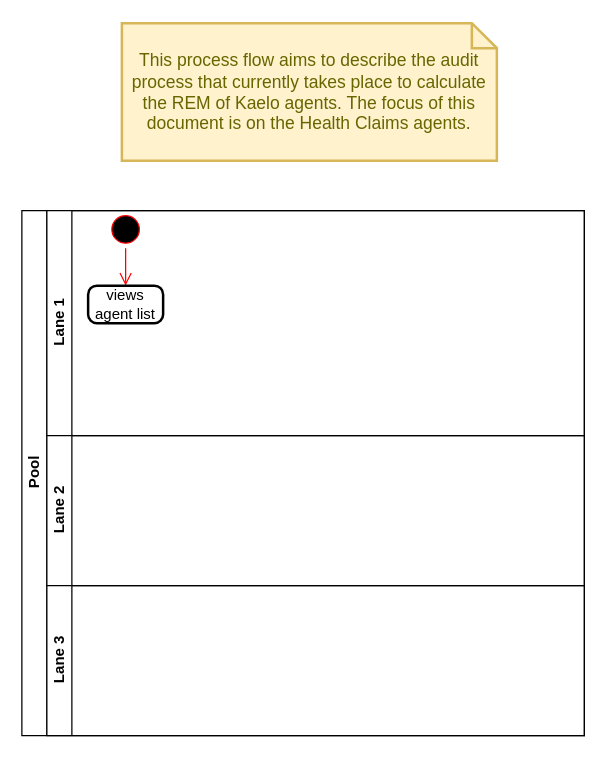
TJ-Kwetsane1993/Thato keeps this draw.io diagram as Healthclaims.drawio. Above is the earlier version. Source tidied: cells renumbered, new cells numbered last; positions are measured from the earlier drawing's top-left corner, leaving out a move shared by most shapes. Both pictures are drawn from the tidied source at 125%, with x=0, y=0 at pixel (21, 22).
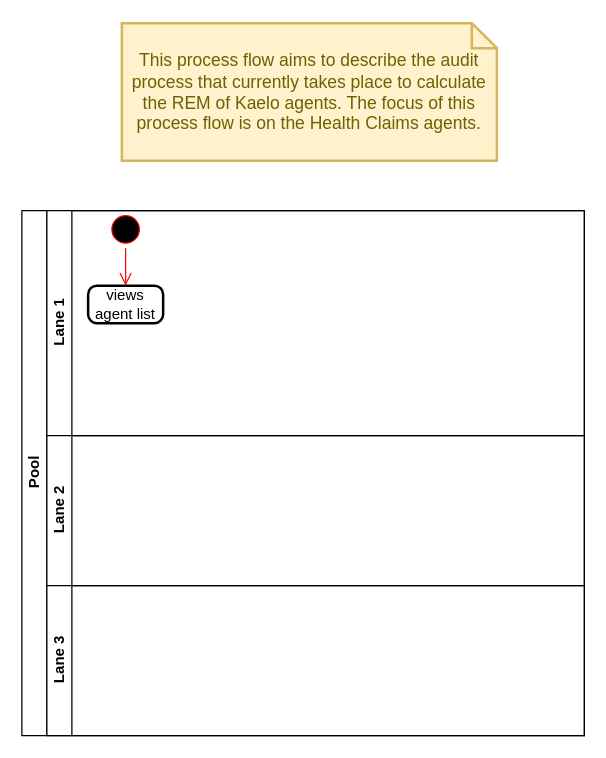
Above is the later version.

Diff of the diagram source:
```diff
@@
 <mxGraphModel>
   <root>
     <mxCell id="0" />
     <mxCell id="1" parent="0" />
     <mxCell id="2" value="Pool" style="swimlane;html=1;horizontal=0;startSize=20;" parent="1" vertex="1">
       <mxGeometry y="150" width="450" height="420" as="geometry" />
     </mxCell>
     <mxCell id="3" value="Lane 1" style="swimlane;html=1;startSize=20;horizontal=0;" parent="2" vertex="1">
       <mxGeometry x="20" width="430" height="180" as="geometry" />
     </mxCell>
     <mxCell id="4" style="ellipse;html=1;shape=startState;fillColor=#000000;strokeColor=#ff0000;" parent="3" vertex="1">
       <mxGeometry x="48" width="30" height="30" as="geometry" />
     </mxCell>
     <mxCell id="5" style="edgeStyle=orthogonalEdgeStyle;html=1;verticalAlign=bottom;endArrow=open;endSize=8;strokeColor=#ff0000;rounded=0;" parent="3" edge="1" source="4">
       <mxGeometry relative="1" as="geometry">
         <mxPoint x="63" y="60" as="targetPoint" />
       </mxGeometry>
     </mxCell>
     <mxCell id="6" value="views agent list" style="rounded=1;whiteSpace=wrap;html=1;absoluteArcSize=1;arcSize=14;strokeWidth=2;" parent="3" vertex="1">
       <mxGeometry x="33" y="60" width="60" height="30" as="geometry" />
     </mxCell>
     <mxCell id="7" value="Lane 2" style="swimlane;html=1;startSize=20;horizontal=0;" parent="2" vertex="1">
       <mxGeometry x="20" y="180" width="430" height="120" as="geometry" />
     </mxCell>
     <mxCell id="8" value="Lane 3" style="swimlane;html=1;startSize=20;horizontal=0;" parent="2" vertex="1">
       <mxGeometry x="20" y="300" width="430" height="120" as="geometry" />
     </mxCell>
-    <mxCell id="9" value="This process flow aims to describe the audit process that currently takes place to calculate the REM of Kaelo agents. The focus of this document is on the Health Claims agents." style="shape=note;strokeWidth=2;fontSize=14;size=20;whiteSpace=wrap;html=1;fillColor=#fff2cc;strokeColor=#d6b656;fontColor=#666600;" parent="1" vertex="1">
+    <mxCell id="9" value="This process flow aims to describe the audit process that currently takes place to calculate the REM of Kaelo agents. The focus of this process flow is on the Health Claims agents." style="shape=note;strokeWidth=2;fontSize=14;size=20;whiteSpace=wrap;html=1;fillColor=#fff2cc;strokeColor=#d6b656;fontColor=#666600;" parent="1" vertex="1">
       <mxGeometry x="80" width="300" height="110" as="geometry" />
     </mxCell>
   </root>
 </mxGraphModel>
```
